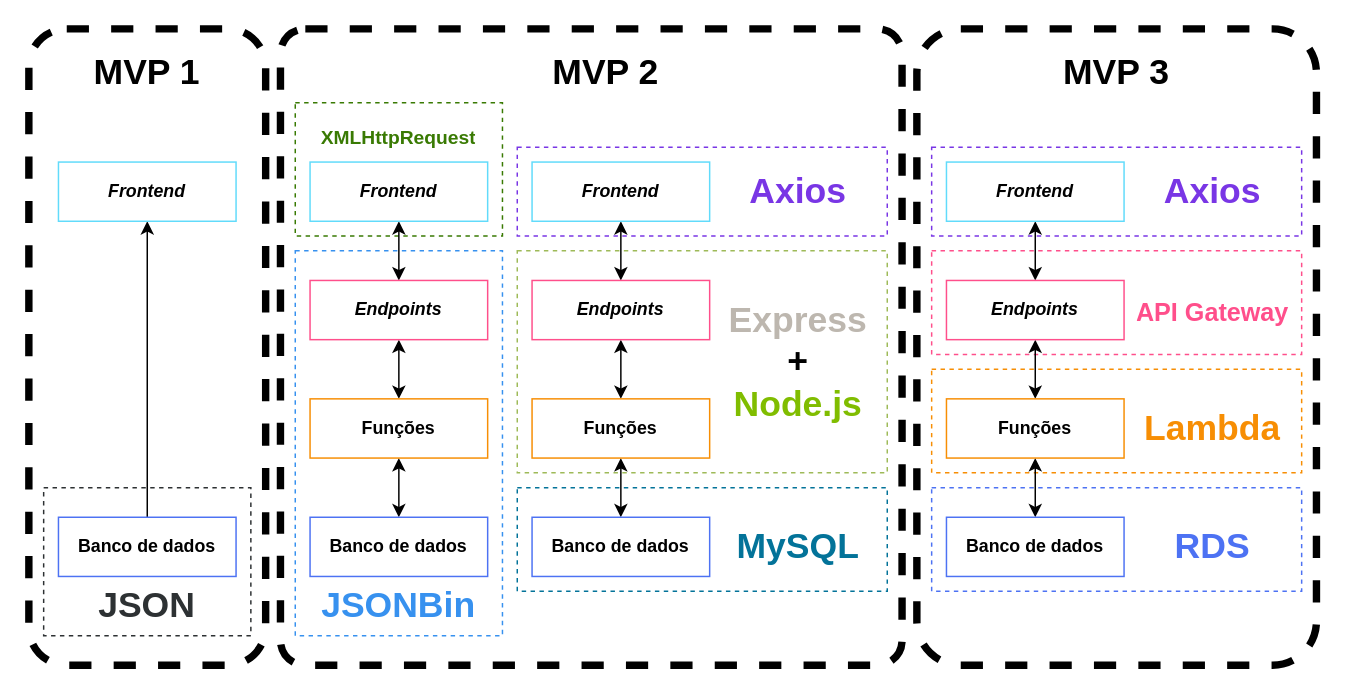
The draw.io diagram page "Progressão" (1 of 4) of Files/Outras monografias/202405 - João Vítor Fernandes Dias/Texto/Diagramas/Drawio/API.drawio in UENF-Organizacao-de-Disciplinas/INF01131-Monografia, before the edit. Source tidied: cells renumbered, new cells numbered last; positions are measured from the earlier drawing's top-left corner, leaving out a move shared by most shapes. Both pictures are drawn from the tidied source at 148%, with x=0, y=0 at pixel (28, 28).
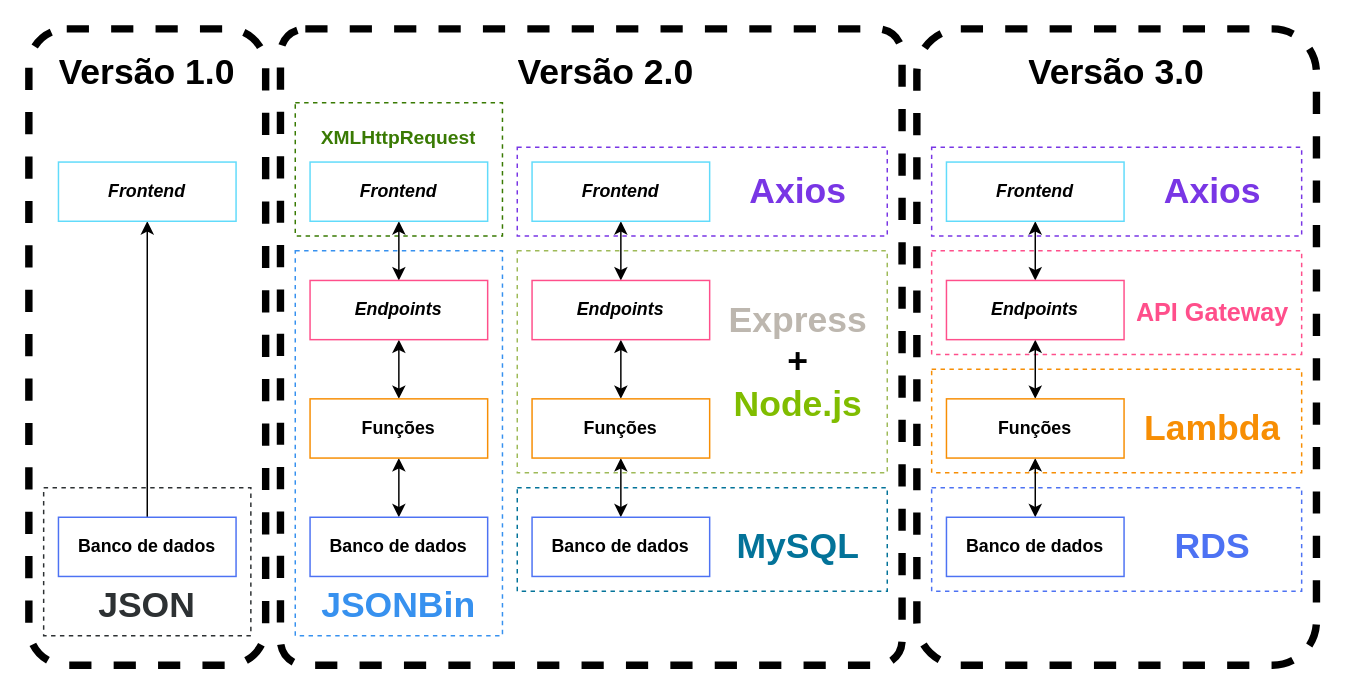
After the change.

Change to the diagram source:
```diff
@@
-    <mxCell id="50" value="&lt;h1&gt;MVP 2&lt;/h1&gt;" style="text;html=1;strokeColor=none;fillColor=none;spacing=5;spacingTop=-20;whiteSpace=wrap;overflow=hidden;rounded=0;dashed=1;align=center;" parent="1" vertex="1">
-      <mxGeometry x="330" y="10" width="120" height="40" as="geometry" />
+    <mxCell id="50" value="&lt;h1&gt;Versão 2.0&lt;/h1&gt;" style="text;html=1;strokeColor=none;fillColor=none;spacing=5;spacingTop=-20;whiteSpace=wrap;overflow=hidden;rounded=0;dashed=1;align=center;" parent="1" vertex="1">
+      <mxGeometry x="325" y="10" width="130" height="40" as="geometry" />
     </mxCell>
-    <mxCell id="51" value="&lt;h1&gt;MVP 1&lt;/h1&gt;" style="text;html=1;strokeColor=none;fillColor=none;spacing=5;spacingTop=-20;whiteSpace=wrap;overflow=hidden;rounded=0;dashed=1;align=center;" parent="1" vertex="1">
-      <mxGeometry x="20" y="10" width="120" height="40" as="geometry" />
+    <mxCell id="51" value="&lt;h1&gt;Versão 1.0&lt;/h1&gt;" style="text;html=1;strokeColor=none;fillColor=none;spacing=5;spacingTop=-20;whiteSpace=wrap;overflow=hidden;rounded=0;dashed=1;align=center;" parent="1" vertex="1">
+      <mxGeometry x="15" y="10" width="130" height="40" as="geometry" />
     </mxCell>
-    <mxCell id="52" value="&lt;h1&gt;MVP 3&lt;/h1&gt;" style="text;html=1;strokeColor=none;fillColor=none;spacing=5;spacingTop=-20;whiteSpace=wrap;overflow=hidden;rounded=0;dashed=1;align=center;" parent="1" vertex="1">
-      <mxGeometry x="675" y="10" width="120" height="40" as="geometry" />
+    <mxCell id="52" value="&lt;h1&gt;Versão 3.0&lt;/h1&gt;" style="text;html=1;strokeColor=none;fillColor=none;spacing=5;spacingTop=-20;whiteSpace=wrap;overflow=hidden;rounded=0;dashed=1;align=center;" parent="1" vertex="1">
+      <mxGeometry x="670" y="10" width="130" height="40" as="geometry" />
     </mxCell>
```
